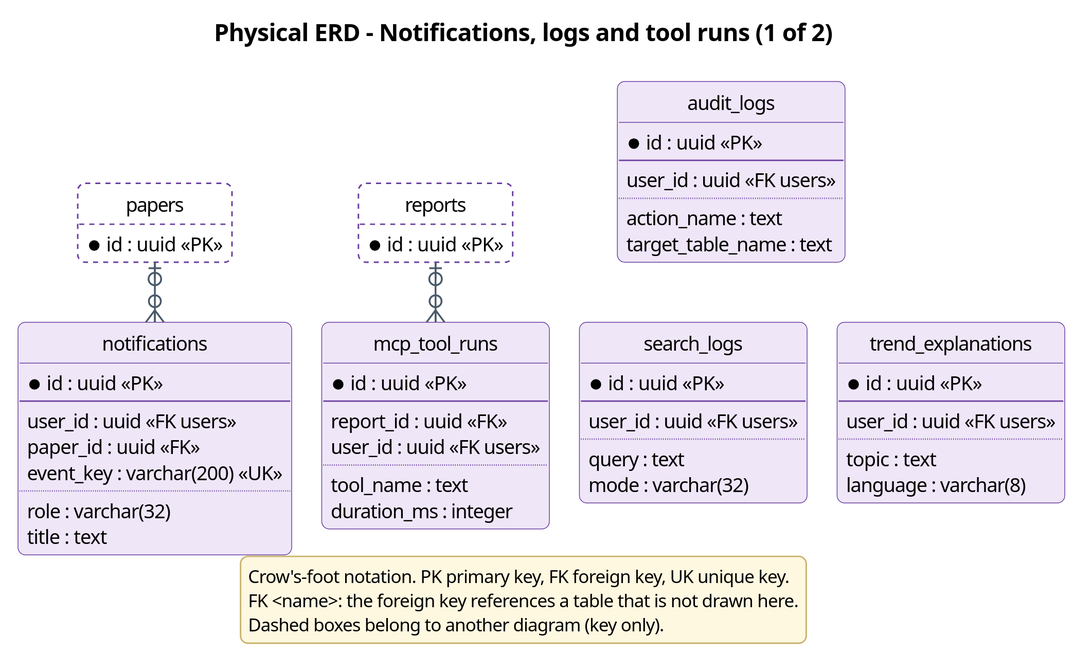
Before: docs/diagrams/report4/R4_ERD_operations_a.svg, a diagram exported from PlantUML (Khoa-Hoa-Technology-Solution-Company/lumi-gap).
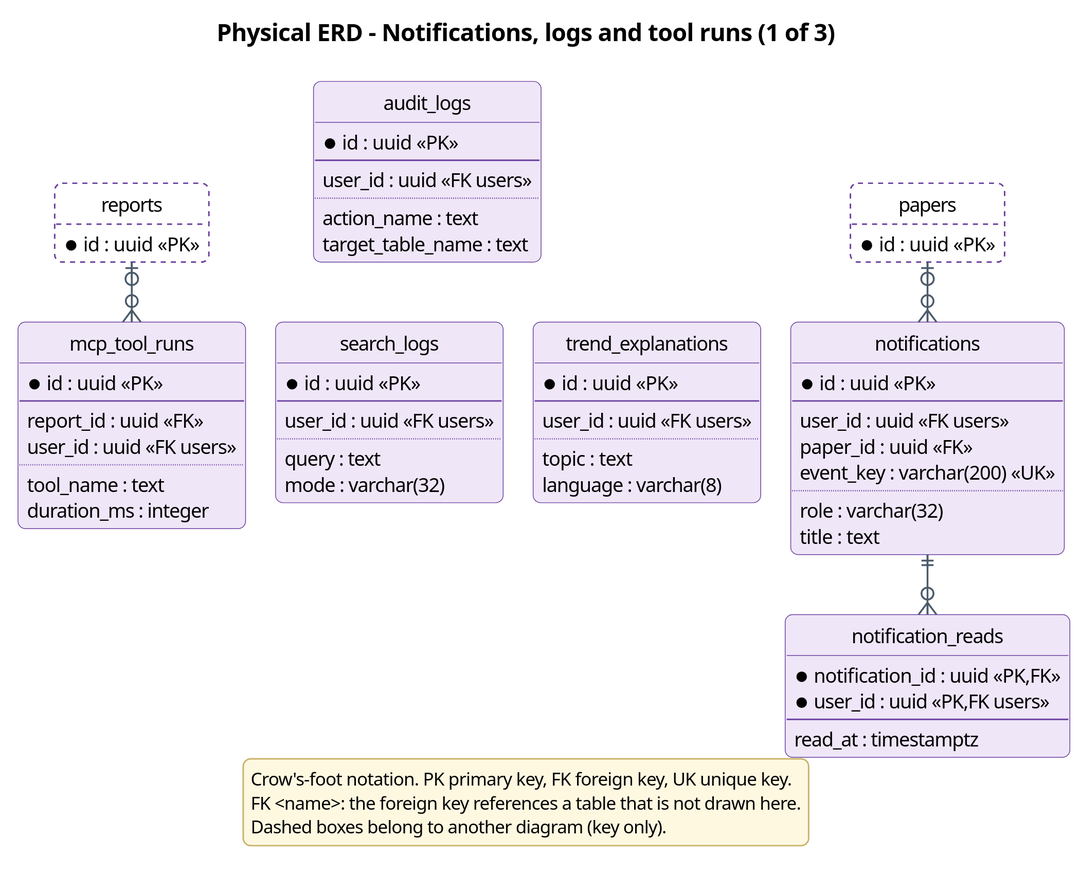
Above is the later version.

Diff of the diagram source:
```diff
@@ -24,7 +24,7 @@
 skinparam stereotypeFontSize 10
 hide circle
 hide empty methods
-title Physical ERD - Notifications, logs and tool runs (1 of 2)
+title Physical ERD - Notifications, logs and tool runs (1 of 3)
 entity notifications #EFE6F8;line:6A3FA0 {
   * id : uuid <<PK>>
   --
@@ -34,6 +34,12 @@
   ..
   role : varchar(32)
   title : text
+}
+entity notification_reads #EFE6F8;line:6A3FA0 {
+  * notification_id : uuid <<PK,FK>>
+  * user_id : uuid <<PK,FK users>>
+  --
+  read_at : timestamptz
 }
 entity audit_logs #EFE6F8;line:6A3FA0 {
   * id : uuid <<PK>>
@@ -74,6 +80,7 @@
 entity reports #FFFFFF;line:6A3FA0;line.dashed {
   * id : uuid <<PK>>
 }
+notifications ||--o{ notification_reads
 papers |o--o{ notifications
 reports |o--o{ mcp_tool_runs
 legend bottom
```
